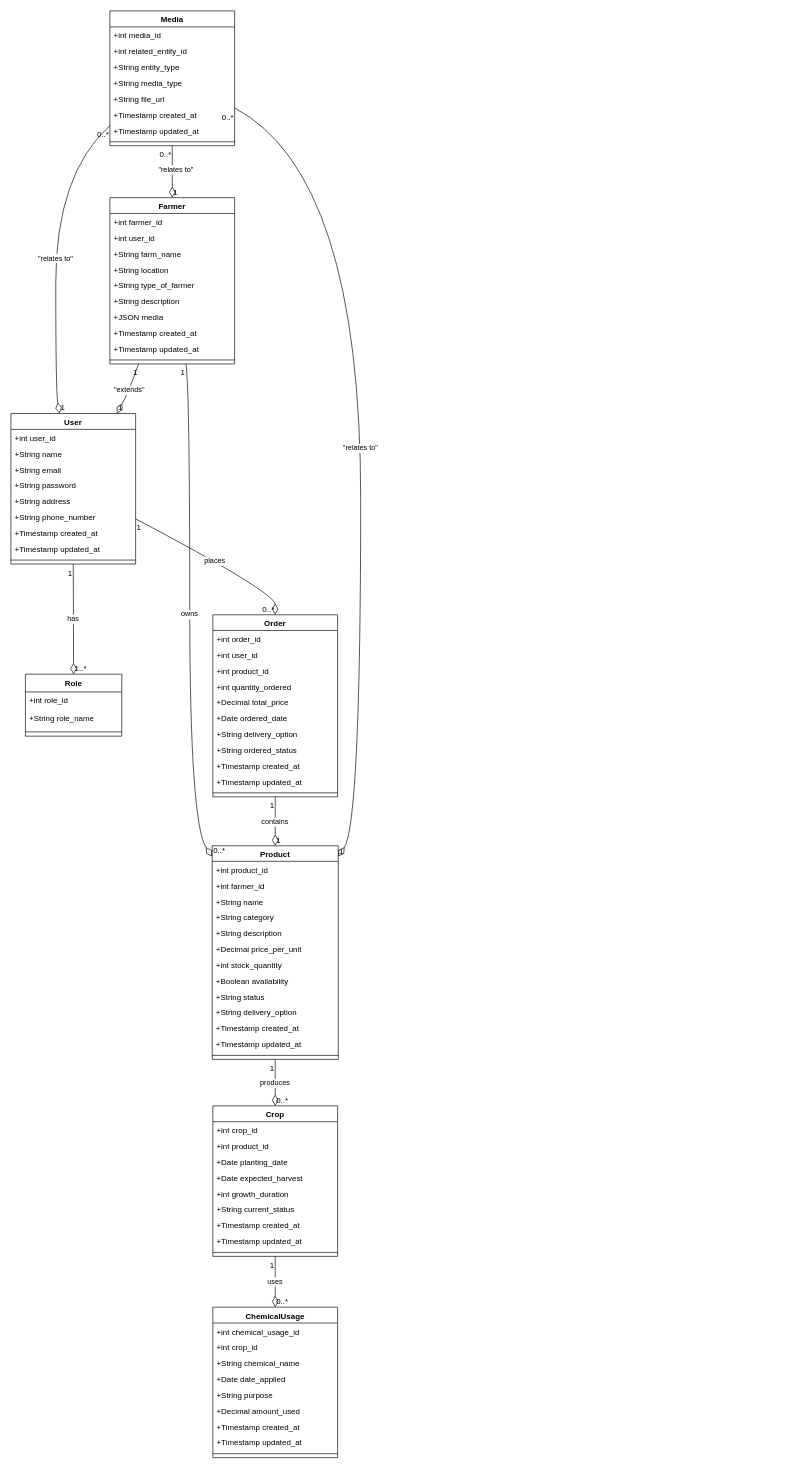
The draw.io diagram Class Diagram.drawio in ogeeDeveloper/Applied-Web-Assignment-2024, before the edit. Source tidied: cells renumbered, new cells numbered last; positions are measured from the earlier drawing's top-left corner, leaving out a move shared by most shapes. Both pictures are drawn from the tidied source at 66%, with x=0, y=0 at pixel (11, 11).
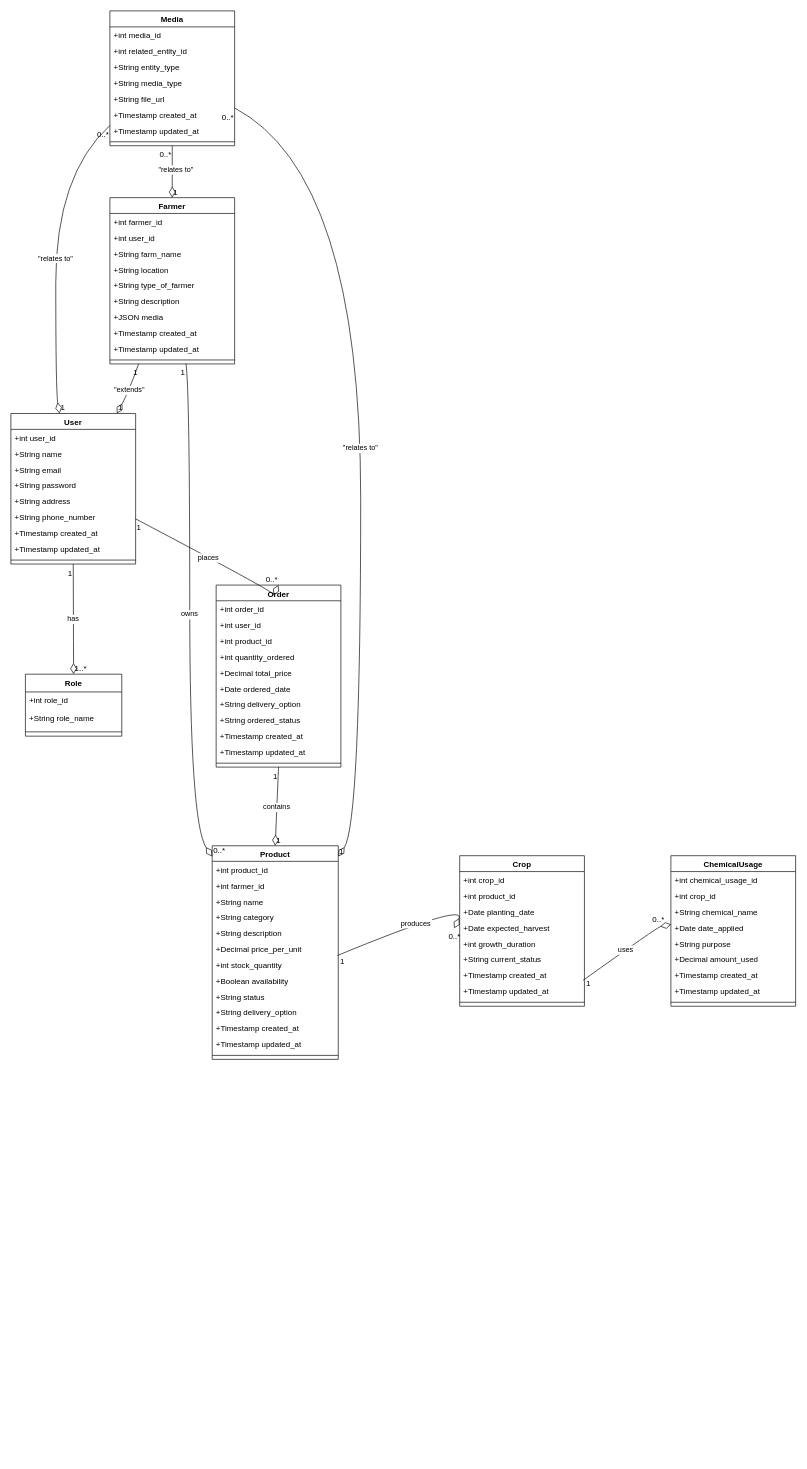
After the change.

Unchanged cells that the change refers to:
```xml
<mxCell id="27" value="Product" style="swimlane;fontStyle=1;align=center;verticalAlign=top;horizontal=1;startSize=23.57037127459491;" parent="1" vertex="1">
  <mxGeometry x="305" y="1265" width="191" height="323.6" as="geometry" />
</mxCell>
<mxCell id="33" value="+Decimal price_per_unit" style="text;strokeColor=none;fillColor=none;align=left;verticalAlign=top;spacingLeft=4;spacingRight=4;overflow=hidden;points=[[0,0.5],[1,0.5]];portConstraint=eastwest;" parent="27" vertex="1">
  <mxGeometry y="143.6" width="191" height="24" as="geometry" />
</mxCell>
<mxCell id="48" value="+Timestamp created_at" style="text;strokeColor=none;fillColor=none;align=left;verticalAlign=top;spacingLeft=4;spacingRight=4;overflow=hidden;points=[[0,0.5],[1,0.5]];portConstraint=eastwest;" parent="41" vertex="1">
  <mxGeometry y="168.1" width="189" height="24" as="geometry" />
</mxCell>
<mxCell id="55" value="+Date date_applied" style="text;strokeColor=none;fillColor=none;align=left;verticalAlign=top;spacingLeft=4;spacingRight=4;overflow=hidden;points=[[0,0.5],[1,0.5]];portConstraint=eastwest;" parent="51" vertex="1">
  <mxGeometry y="96.1" width="189" height="24" as="geometry" />
</mxCell>
```

Change to the diagram source:
```diff
@@
     <mxCell id="41" value="Crop" style="swimlane;fontStyle=1;align=center;verticalAlign=top;horizontal=1;startSize=24.06315853721217;" parent="1" vertex="1">
-      <mxGeometry x="306" y="1659" width="189" height="228.1" as="geometry" />
+      <mxGeometry x="680" y="1280" width="189" height="228.1" as="geometry" />
     </mxCell>
@@
     <mxCell id="51" value="ChemicalUsage" style="swimlane;fontStyle=1;align=center;verticalAlign=top;horizontal=1;startSize=24.06315853721217;" parent="1" vertex="1">
-      <mxGeometry x="306" y="1964" width="189" height="228.1" as="geometry" />
+      <mxGeometry x="1000" y="1280" width="189" height="228.1" as="geometry" />
     </mxCell>
@@
     <mxCell id="61" value="Order" style="swimlane;fontStyle=1;align=center;verticalAlign=top;horizontal=1;startSize=23.773912512737773;" parent="1" vertex="1">
-      <mxGeometry x="306" y="915" width="189" height="275.8" as="geometry" />
+      <mxGeometry x="311" y="870" width="189" height="275.8" as="geometry" />
     </mxCell>
@@
-    <mxCell id="88" value="produces" style="curved=1;startArrow=none;endArrow=diamondThin;endSize=14;endFill=0;exitX=0.5;exitY=1;entryX=0.5;entryY=0;rounded=0;" parent="1" edge="1" source="27" target="41">
-      <mxGeometry relative="1" as="geometry" />
+    <mxCell id="88" value="produces" style="curved=1;startArrow=none;endArrow=diamondThin;endSize=14;endFill=0;exitX=0.993;exitY=0.944;rounded=0;entryX=0;entryY=0.164;entryDx=0;entryDy=0;entryPerimeter=0;exitDx=0;exitDy=0;exitPerimeter=0;" parent="1" edge="1" source="33">
+      <mxGeometry relative="1" as="geometry">
+        <mxPoint x="671.6" y="1390" as="targetPoint" />
+        <Array as="points">
+          <mxPoint x="691.6" y="1350" />
+        </Array>
+      </mxGeometry>
     </mxCell>
     <mxCell id="89" value="1" style="edgeLabel;labelBackgroundColor=none;fontSize=12;align=right;verticalAlign=top;" parent="88" vertex="1">
-      <mxGeometry x="-1" relative="1" as="geometry" />
+      <mxGeometry x="-1" relative="1" as="geometry">
+        <mxPoint x="12" y="-4" as="offset" />
+      </mxGeometry>
     </mxCell>
     <mxCell id="90" value="0..*" style="edgeLabel;labelBackgroundColor=none;fontSize=12;align=left;verticalAlign=bottom;" parent="88" vertex="1">
-      <mxGeometry x="1" relative="1" as="geometry" />
+      <mxGeometry x="1" relative="1" as="geometry">
+        <mxPoint x="-10" y="20" as="offset" />
+      </mxGeometry>
     </mxCell>
-    <mxCell id="91" value="uses" style="curved=1;startArrow=none;endArrow=diamondThin;endSize=14;endFill=0;exitX=0.5;exitY=1;entryX=0.5;entryY=0;rounded=0;" parent="1" edge="1" source="41" target="51">
-      <mxGeometry relative="1" as="geometry" />
+    <mxCell id="91" value="uses" style="curved=1;startArrow=none;endArrow=diamondThin;endSize=14;endFill=0;exitX=0.988;exitY=0.872;rounded=0;entryX=0.003;entryY=0.339;entryDx=0;entryDy=0;entryPerimeter=0;exitDx=0;exitDy=0;exitPerimeter=0;" parent="1" edge="1" source="48" target="55">
+      <mxGeometry relative="1" as="geometry">
+        <Array as="points">
+          <mxPoint x="980" y="1388" />
+        </Array>
+      </mxGeometry>
     </mxCell>
     <mxCell id="92" value="1" style="edgeLabel;labelBackgroundColor=none;fontSize=12;align=right;verticalAlign=top;" parent="91" vertex="1">
-      <mxGeometry x="-1" relative="1" as="geometry" />
+      <mxGeometry x="-1" relative="1" as="geometry">
+        <mxPoint x="13" y="-9" as="offset" />
+      </mxGeometry>
     </mxCell>
     <mxCell id="93" value="0..*" style="edgeLabel;labelBackgroundColor=none;fontSize=12;align=left;verticalAlign=bottom;" parent="91" vertex="1">
-      <mxGeometry x="1" relative="1" as="geometry" />
+      <mxGeometry x="1" relative="1" as="geometry">
+        <mxPoint x="-30" as="offset" />
+      </mxGeometry>
     </mxCell>
```
